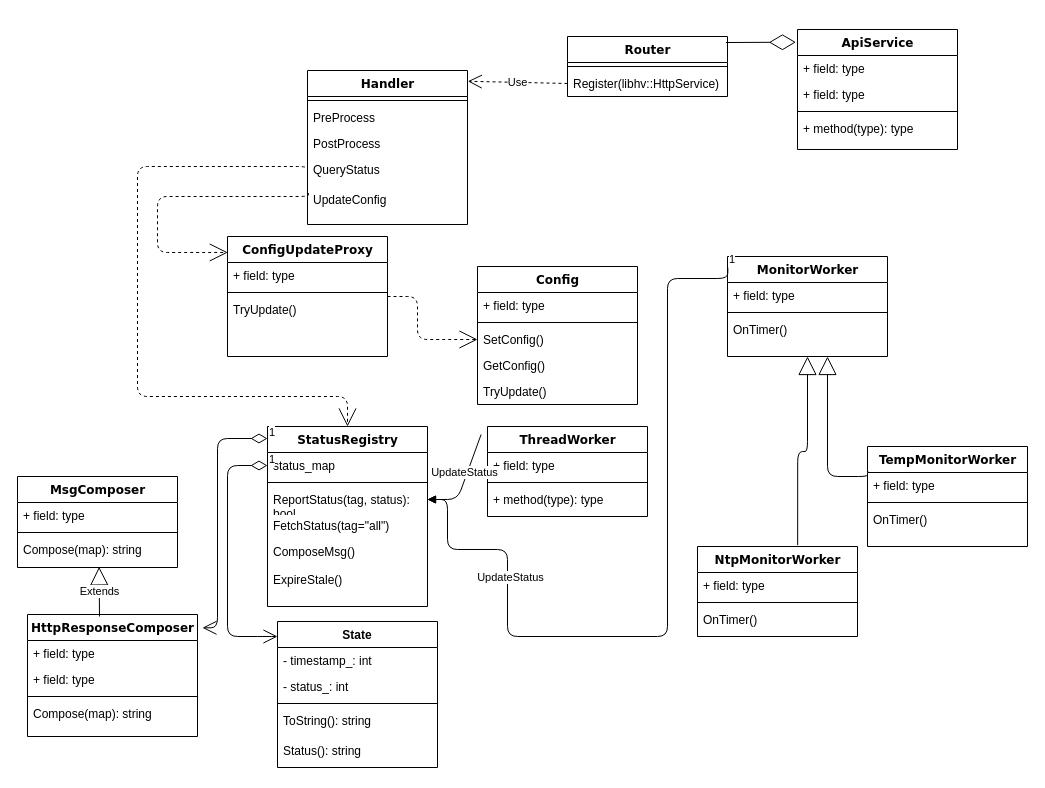
This is page "classes" (1 of 2) of httpworker.drawio from joeshow79/umlchart, a draw.io file, before an edit. Source tidied: cells renumbered, new cells numbered last; positions are measured from the earlier drawing's top-left corner, leaving out a move shared by most shapes. Both pictures are drawn from the tidied source at 100%, with x=0, y=0 at pixel (17, 29).
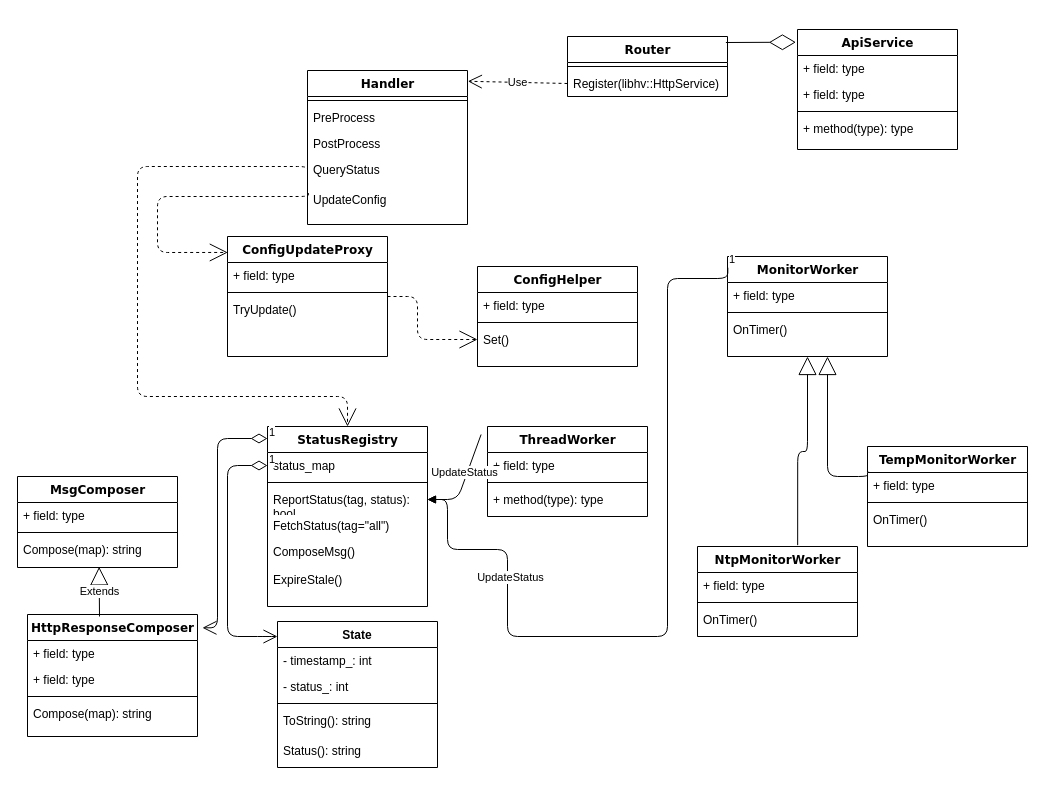
The same diagram, later.

Diff of the diagram source:
```diff
@@
-    <mxCell id="38" value="Config" style="swimlane;html=1;fontStyle=1;align=center;verticalAlign=top;horizontal=1;startSize=26;swimlaneFillColor=#ffffff;rounded=0;shadow=0;comic=0;labelBackgroundColor=none;strokeWidth=1;fillColor=none;fontFamily=Verdana;fontSize=12;" parent="1" vertex="1">
-      <mxGeometry x="460" y="237" width="160" height="138" as="geometry" />
+    <mxCell id="38" value="ConfigHelper" style="swimlane;html=1;fontStyle=1;align=center;verticalAlign=top;horizontal=1;startSize=26;swimlaneFillColor=#ffffff;rounded=0;shadow=0;comic=0;labelBackgroundColor=none;strokeWidth=1;fillColor=none;fontFamily=Verdana;fontSize=12;" parent="1" vertex="1">
+      <mxGeometry x="460" y="237" width="160" height="100" as="geometry" />
     </mxCell>
@@
-    <mxCell id="41" value="SetConfig()" style="text;html=1;strokeColor=none;fillColor=none;align=left;verticalAlign=top;spacingLeft=4;spacingRight=4;whiteSpace=wrap;overflow=hidden;points=[[0,0.5],[1,0.5]];portConstraint=eastwest;" parent="38" vertex="1">
+    <mxCell id="41" value="Set()" style="text;html=1;strokeColor=none;fillColor=none;align=left;verticalAlign=top;spacingLeft=4;spacingRight=4;whiteSpace=wrap;overflow=hidden;points=[[0,0.5],[1,0.5]];portConstraint=eastwest;" parent="38" vertex="1">
       <mxGeometry y="60" width="160" height="26" as="geometry" />
     </mxCell>
-    <mxCell id="42" value="GetConfig()" style="text;html=1;strokeColor=none;fillColor=none;align=left;verticalAlign=top;spacingLeft=4;spacingRight=4;whiteSpace=wrap;overflow=hidden;" parent="38" vertex="1">
-      <mxGeometry y="86" width="160" height="26" as="geometry" />
-    </mxCell>
-    <mxCell id="43" value="TryUpdate()" style="text;html=1;strokeColor=none;fillColor=none;align=left;verticalAlign=top;spacingLeft=4;spacingRight=4;whiteSpace=wrap;overflow=hidden;" parent="38" vertex="1">
-      <mxGeometry y="112" width="160" height="26" as="geometry" />
-    </mxCell>
```
